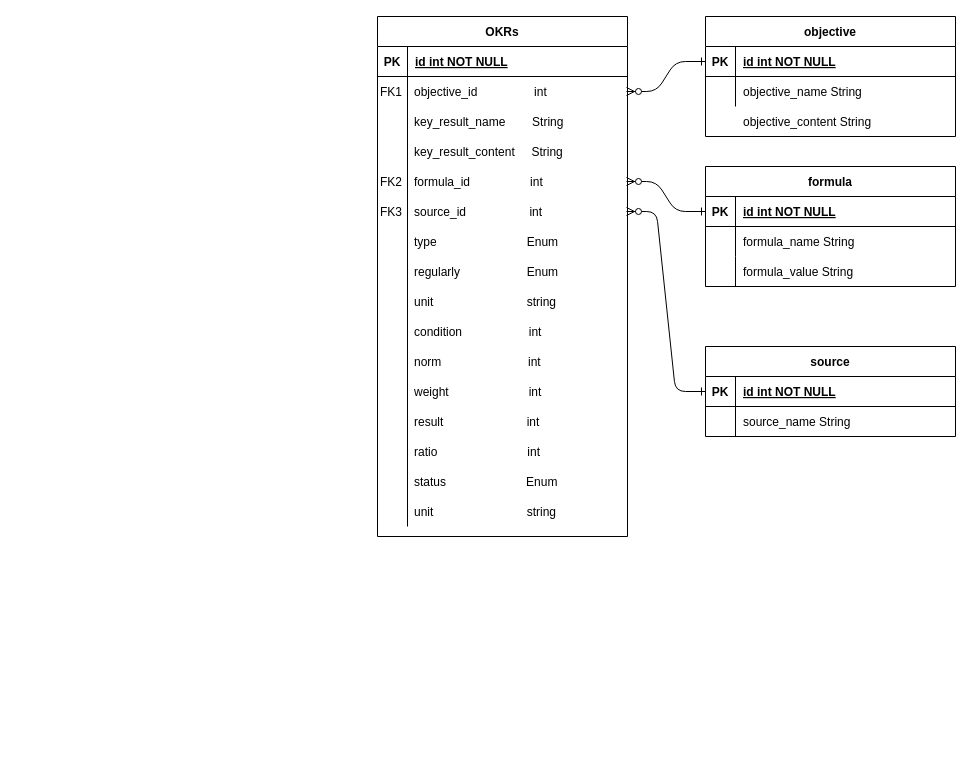
Giangphhe228/employeeManage keeps this draw.io diagram as Biểu đồ không có tiêu đề.drawio. Above is the earlier version. Source tidied: cells renumbered, new cells numbered last; positions are measured from the earlier drawing's top-left corner, leaving out a move shared by most shapes. Both pictures are drawn from the tidied source at 100%, with x=0, y=0 at pixel (376, 16).
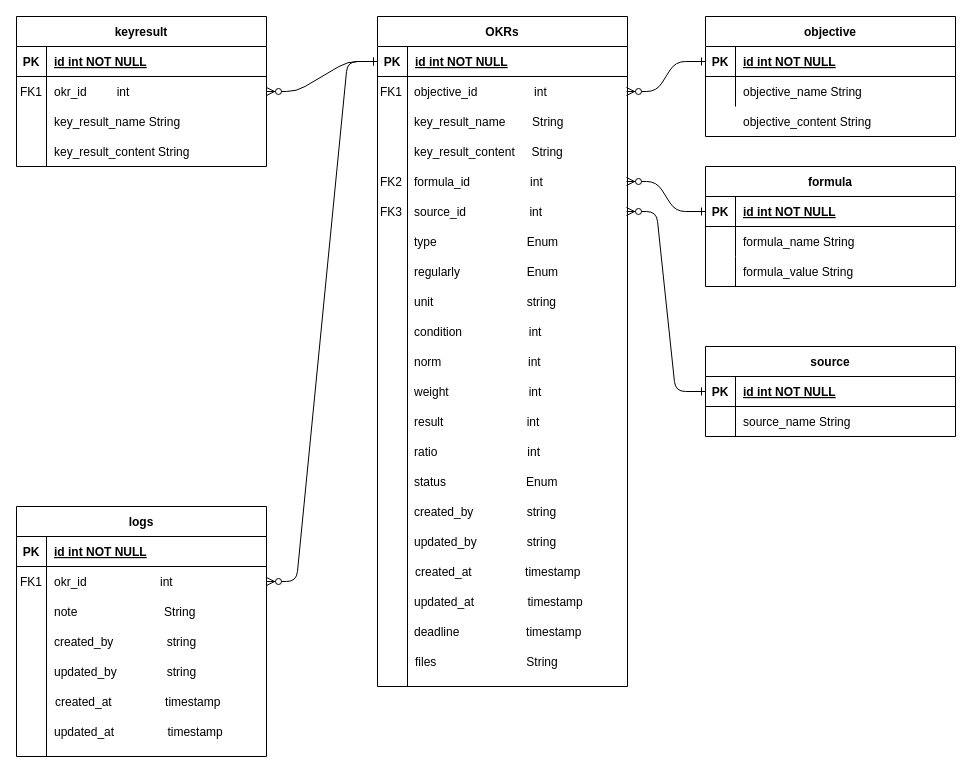
After the change.

Commit message:
Cập nhật Biểu đồ không có tiêu đề.drawio

The change refers to these unchanged cells:
```xml
<mxCell id="10" style="shape=partialRectangle;fillColor=none;points=[[0,0.5],[1,0.5]];portConstraint=eastwest;top=0;left=0;right=0;bottom=1;" parent="9" vertex="1">
  <mxGeometry y="30" width="250" height="30" as="geometry" />
</mxCell>
<mxCell id="82" style="shape=partialRectangle;fillColor=none;top=0;left=0;right=0;bottom=0;" parent="1" vertex="1">
  <mxGeometry y="480" width="250" height="30" as="geometry" />
</mxCell>
```

What changed in the source:
```diff
@@
     <mxCell id="9" value="OKRs" style="shape=table;startSize=30;childLayout=tableLayout;rowLines=0;fontStyle=1;align=center;" parent="1" vertex="1">
-      <mxGeometry x="1" width="250" height="520" as="geometry" />
+      <mxGeometry x="1" width="250" height="670" as="geometry" />
     </mxCell>
@@
     <mxCell id="13" style="shape=partialRectangle;fillColor=none;top=0;left=0;right=0;bottom=0;" parent="9" vertex="1">
-      <mxGeometry y="60" width="250" height="450" as="geometry" />
+      <mxGeometry y="60" width="250" height="610" as="geometry" />
     </mxCell>
     <mxCell id="14" style="shape=partialRectangle;overflow=hidden;fillColor=none;top=0;left=0;bottom=0;right=0;" parent="13" vertex="1">
-      <mxGeometry width="30" height="450" as="geometry" />
+      <mxGeometry width="30" height="610" as="geometry" />
     </mxCell>
     <mxCell id="15" style="shape=partialRectangle;overflow=hidden;fillColor=none;top=0;left=0;bottom=0;right=0;align=left;spacingLeft=6;" parent="13" vertex="1">
-      <mxGeometry x="30" width="220" height="450" as="geometry" />
+      <mxGeometry x="30" width="220" height="610" as="geometry" />
     </mxCell>
@@
-    <mxCell id="84" value="unit                            string" style="shape=partialRectangle;overflow=hidden;fillColor=none;top=0;left=0;bottom=0;right=0;align=left;spacingLeft=6;" parent="82" vertex="1">
+    <mxCell id="84" value="created_by                string" style="shape=partialRectangle;overflow=hidden;fillColor=none;top=0;left=0;bottom=0;right=0;align=left;spacingLeft=6;" parent="82" vertex="1">
       <mxGeometry x="30" width="220" height="30" as="geometry" />
     </mxCell>
+    <mxCell id="85" value="keyresult" style="shape=table;startSize=30;childLayout=tableLayout;rowLines=0;fontStyle=1;align=center;" parent="1" vertex="1">
+      <mxGeometry x="-360" width="250" height="150" as="geometry" />
+    </mxCell>
+    <mxCell id="86" style="shape=partialRectangle;fillColor=none;top=0;left=0;right=0;bottom=1;" parent="85" vertex="1">
+      <mxGeometry y="30" width="250" height="30" as="geometry" />
+    </mxCell>
+    <mxCell id="87" value="PK" style="shape=partialRectangle;overflow=hidden;fillColor=none;top=0;left=0;bottom=0;right=0;fontStyle=1;" parent="86" vertex="1">
+      <mxGeometry width="30" height="30" as="geometry" />
+    </mxCell>
+    <mxCell id="88" value="id int NOT NULL " style="shape=partialRectangle;overflow=hidden;fillColor=none;top=0;left=0;bottom=0;right=0;align=left;spacingLeft=6;fontStyle=5;" parent="86" vertex="1">
+      <mxGeometry x="30" width="220" height="30" as="geometry" />
+    </mxCell>
+    <mxCell id="89" style="shape=partialRectangle;fillColor=none;top=0;left=0;right=0;bottom=0;" parent="85" vertex="1">
+      <mxGeometry y="60" width="250" height="90" as="geometry" />
+    </mxCell>
+    <mxCell id="90" style="shape=partialRectangle;overflow=hidden;fillColor=none;top=0;left=0;bottom=0;right=0;" parent="89" vertex="1">
+      <mxGeometry width="30" height="90" as="geometry" />
+    </mxCell>
+    <mxCell id="91" style="shape=partialRectangle;overflow=hidden;fillColor=none;top=0;left=0;bottom=0;right=0;align=left;spacingLeft=6;" parent="89" vertex="1">
+      <mxGeometry x="30" width="220" height="90" as="geometry" />
+    </mxCell>
+    <mxCell id="92" style="shape=partialRectangle;fillColor=none;top=0;left=0;right=0;bottom=0;" parent="1" vertex="1">
+      <mxGeometry y="510" width="250" height="30" as="geometry" />
+    </mxCell>
+    <mxCell id="93" style="shape=partialRectangle;overflow=hidden;fillColor=none;top=0;left=0;bottom=0;right=0;" parent="92" vertex="1">
+      <mxGeometry width="30" height="30" as="geometry" />
+    </mxCell>
+    <mxCell id="94" value="updated_by               string" style="shape=partialRectangle;overflow=hidden;fillColor=none;top=0;left=0;bottom=0;right=0;align=left;spacingLeft=6;" parent="92" vertex="1">
+      <mxGeometry x="30" width="220" height="30" as="geometry" />
+    </mxCell>
+    <mxCell id="95" value="created_at                timestamp" style="shape=partialRectangle;overflow=hidden;fillColor=none;top=0;left=0;bottom=0;right=0;align=left;spacingLeft=6;" parent="1" vertex="1">
+      <mxGeometry x="31" y="540" width="220" height="30" as="geometry" />
+    </mxCell>
+    <mxCell id="96" value="updated_at                timestamp" style="shape=partialRectangle;overflow=hidden;fillColor=none;top=0;left=0;bottom=0;right=0;align=left;spacingLeft=6;" parent="1" vertex="1">
+      <mxGeometry x="30" y="570" width="220" height="30" as="geometry" />
+    </mxCell>
+    <mxCell id="97" value="deadline                    timestamp " style="shape=partialRectangle;overflow=hidden;fillColor=none;top=0;left=0;bottom=0;right=0;align=left;spacingLeft=6;" parent="1" vertex="1">
+      <mxGeometry x="30" y="600" width="220" height="30" as="geometry" />
+    </mxCell>
+    <mxCell id="98" value="files                           String" style="shape=partialRectangle;overflow=hidden;fillColor=none;top=0;left=0;bottom=0;right=0;align=left;spacingLeft=6;" parent="1" vertex="1">
+      <mxGeometry x="31" y="630" width="220" height="30" as="geometry" />
+    </mxCell>
+    <mxCell id="99" value="key_result_name String" style="shape=partialRectangle;overflow=hidden;fillColor=none;top=0;left=0;bottom=0;right=0;align=left;spacingLeft=6;" parent="1" vertex="1">
+      <mxGeometry x="-330" y="90" width="220" height="30" as="geometry" />
+    </mxCell>
+    <mxCell id="100" value="key_result_content String" style="shape=partialRectangle;overflow=hidden;fillColor=none;top=0;left=0;bottom=0;right=0;align=left;spacingLeft=6;" parent="1" vertex="1">
+      <mxGeometry x="-330" y="120" width="220" height="30" as="geometry" />
+    </mxCell>
+    <mxCell id="101" style="shape=partialRectangle;fillColor=none;points=[[0,0.5],[1,0.5]];portConstraint=eastwest;top=0;left=0;right=0;bottom=0;" parent="1" vertex="1">
+      <mxGeometry x="-360" y="60" width="250" height="30" as="geometry" />
+    </mxCell>
+    <mxCell id="102" value="FK1" style="shape=partialRectangle;overflow=hidden;fillColor=none;top=0;left=0;bottom=0;right=0;" parent="101" vertex="1">
+      <mxGeometry width="30" height="30" as="geometry" />
+    </mxCell>
+    <mxCell id="103" value="okr_id         int" style="shape=partialRectangle;overflow=hidden;fillColor=none;top=0;left=0;bottom=0;right=0;align=left;spacingLeft=6;" parent="101" vertex="1">
+      <mxGeometry x="30" width="220" height="30" as="geometry" />
+    </mxCell>
+    <mxCell id="104" style="edgeStyle=entityRelationEdgeStyle;endArrow=ERzeroToMany;startArrow=ERone;endFill=1;startFill=0;entryX=1;entryY=0.5;entryDx=0;entryDy=0;exitX=0;exitY=0.5;exitDx=0;exitDy=0;" parent="1" edge="1" source="10" target="101">
+      <mxGeometry relative="1" as="geometry">
+        <Array as="points">
+          <mxPoint x="260" y="90" />
+          <mxPoint x="290" y="80" />
+        </Array>
+      </mxGeometry>
+    </mxCell>
+    <mxCell id="105" value="logs" style="shape=table;startSize=30;childLayout=tableLayout;rowLines=0;fontStyle=1;align=center;" parent="1" vertex="1">
+      <mxGeometry x="-360" y="490" width="250" height="250" as="geometry" />
+    </mxCell>
+    <mxCell id="106" style="shape=partialRectangle;fillColor=none;top=0;left=0;right=0;bottom=1;" parent="105" vertex="1">
+      <mxGeometry y="30" width="250" height="30" as="geometry" />
+    </mxCell>
+    <mxCell id="107" value="PK" style="shape=partialRectangle;overflow=hidden;fillColor=none;top=0;left=0;bottom=0;right=0;fontStyle=1;" parent="106" vertex="1">
+      <mxGeometry width="30" height="30" as="geometry" />
+    </mxCell>
+    <mxCell id="108" value="id int NOT NULL " style="shape=partialRectangle;overflow=hidden;fillColor=none;top=0;left=0;bottom=0;right=0;align=left;spacingLeft=6;fontStyle=5;" parent="106" vertex="1">
+      <mxGeometry x="30" width="220" height="30" as="geometry" />
+    </mxCell>
+    <mxCell id="109" style="shape=partialRectangle;fillColor=none;top=0;left=0;right=0;bottom=0;" parent="105" vertex="1">
+      <mxGeometry y="60" width="250" height="190" as="geometry" />
+    </mxCell>
+    <mxCell id="110" style="shape=partialRectangle;overflow=hidden;fillColor=none;top=0;left=0;bottom=0;right=0;" parent="109" vertex="1">
+      <mxGeometry width="30" height="190" as="geometry" />
+    </mxCell>
+    <mxCell id="111" style="shape=partialRectangle;overflow=hidden;fillColor=none;top=0;left=0;bottom=0;right=0;align=left;spacingLeft=6;" parent="109" vertex="1">
+      <mxGeometry x="30" width="220" height="190" as="geometry" />
+    </mxCell>
+    <mxCell id="112" value="note                          String" style="shape=partialRectangle;overflow=hidden;fillColor=none;top=0;left=0;bottom=0;right=0;align=left;spacingLeft=6;" parent="1" vertex="1">
+      <mxGeometry x="-330" y="580" width="220" height="30" as="geometry" />
+    </mxCell>
+    <mxCell id="113" style="shape=partialRectangle;fillColor=none;points=[[0,0.5],[1,0.5]];portConstraint=eastwest;top=0;left=0;right=0;bottom=0;" parent="1" vertex="1">
+      <mxGeometry x="-360" y="550" width="250" height="30" as="geometry" />
+    </mxCell>
+    <mxCell id="114" value="FK1" style="shape=partialRectangle;overflow=hidden;fillColor=none;top=0;left=0;bottom=0;right=0;" parent="113" vertex="1">
+      <mxGeometry width="30" height="30" as="geometry" />
+    </mxCell>
+    <mxCell id="115" value="okr_id                       int" style="shape=partialRectangle;overflow=hidden;fillColor=none;top=0;left=0;bottom=0;right=0;align=left;spacingLeft=6;" parent="113" vertex="1">
+      <mxGeometry x="30" width="220" height="30" as="geometry" />
+    </mxCell>
+    <mxCell id="116" style="edgeStyle=entityRelationEdgeStyle;endArrow=ERzeroToMany;startArrow=ERone;endFill=1;startFill=0;entryX=1;entryY=0.5;entryDx=0;entryDy=0;exitX=0;exitY=0.5;exitDx=0;exitDy=0;" parent="1" edge="1" source="10" target="113">
+      <mxGeometry relative="1" as="geometry">
+        <Array as="points">
+          <mxPoint x="270" y="100" />
+          <mxPoint x="300" y="90" />
+        </Array>
+      </mxGeometry>
+    </mxCell>
+    <mxCell id="117" style="shape=partialRectangle;fillColor=none;top=0;left=0;right=0;bottom=0;" parent="1" vertex="1">
+      <mxGeometry x="-360" y="610" width="250" height="30" as="geometry" />
+    </mxCell>
+    <mxCell id="118" style="shape=partialRectangle;overflow=hidden;fillColor=none;top=0;left=0;bottom=0;right=0;" parent="117" vertex="1">
+      <mxGeometry width="30" height="30" as="geometry" />
+    </mxCell>
+    <mxCell id="119" value="created_by                string" style="shape=partialRectangle;overflow=hidden;fillColor=none;top=0;left=0;bottom=0;right=0;align=left;spacingLeft=6;" parent="117" vertex="1">
+      <mxGeometry x="30" width="220" height="30" as="geometry" />
+    </mxCell>
+    <mxCell id="120" style="shape=partialRectangle;fillColor=none;top=0;left=0;right=0;bottom=0;" parent="1" vertex="1">
+      <mxGeometry x="-360" y="640" width="250" height="30" as="geometry" />
+    </mxCell>
+    <mxCell id="121" style="shape=partialRectangle;overflow=hidden;fillColor=none;top=0;left=0;bottom=0;right=0;" parent="120" vertex="1">
+      <mxGeometry width="30" height="30" as="geometry" />
+    </mxCell>
+    <mxCell id="122" value="updated_by               string" style="shape=partialRectangle;overflow=hidden;fillColor=none;top=0;left=0;bottom=0;right=0;align=left;spacingLeft=6;" parent="120" vertex="1">
+      <mxGeometry x="30" width="220" height="30" as="geometry" />
+    </mxCell>
+    <mxCell id="123" value="created_at                timestamp" style="shape=partialRectangle;overflow=hidden;fillColor=none;top=0;left=0;bottom=0;right=0;align=left;spacingLeft=6;" parent="1" vertex="1">
+      <mxGeometry x="-329" y="670" width="220" height="30" as="geometry" />
+    </mxCell>
+    <mxCell id="124" value="updated_at                timestamp" style="shape=partialRectangle;overflow=hidden;fillColor=none;top=0;left=0;bottom=0;right=0;align=left;spacingLeft=6;" parent="1" vertex="1">
+      <mxGeometry x="-330" y="700" width="220" height="30" as="geometry" />
+    </mxCell>
```
